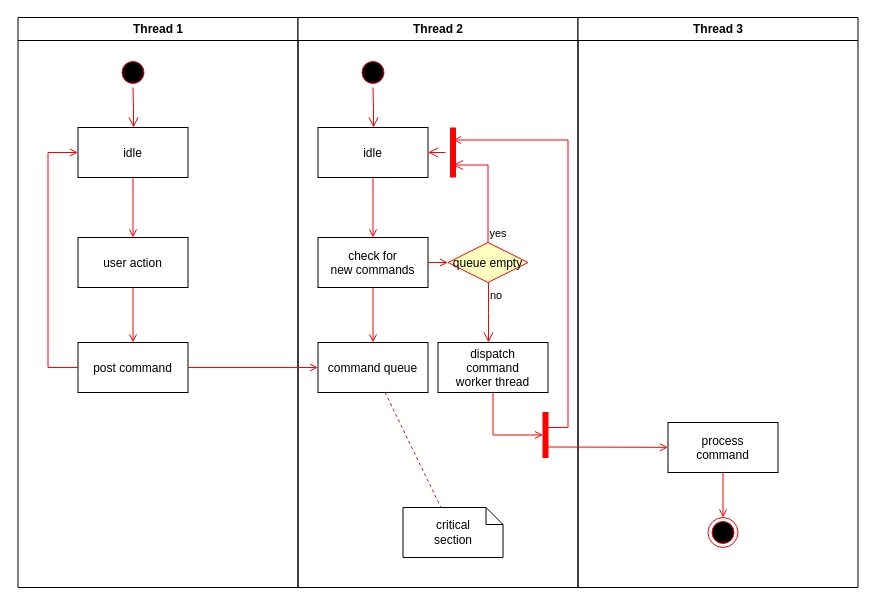
Above: Untitled Diagram.drawio in Tymo66/drawio (draw.io), before the change. Source tidied: cells renumbered, new cells numbered last; positions are measured from the earlier drawing's top-left corner, leaving out a move shared by most shapes. Both pictures are drawn from the tidied source at 100%, with x=0, y=0 at pixel (17, 17).
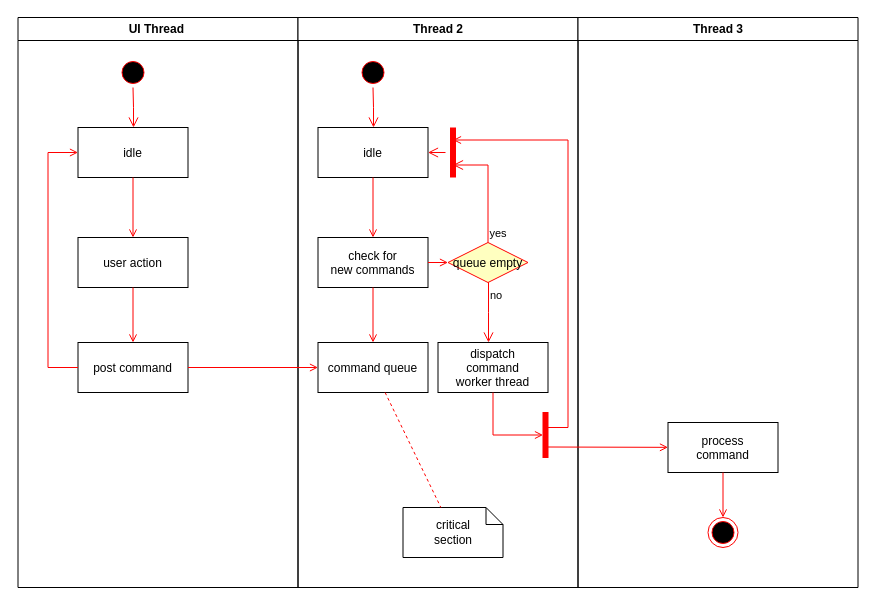
The same diagram, later.

Commit message:
Update Flowchart-Run action.drawio

Change to the diagram source:
```diff
@@
-    <mxCell id="2" value="Thread 1" style="swimlane;whiteSpace=wrap;" parent="1" vertex="1">
+    <mxCell id="2" value="UI Thread " style="swimlane;whiteSpace=wrap;" parent="1" vertex="1">
       <mxGeometry x="0.5" width="280" height="570" as="geometry" />
     </mxCell>
```
